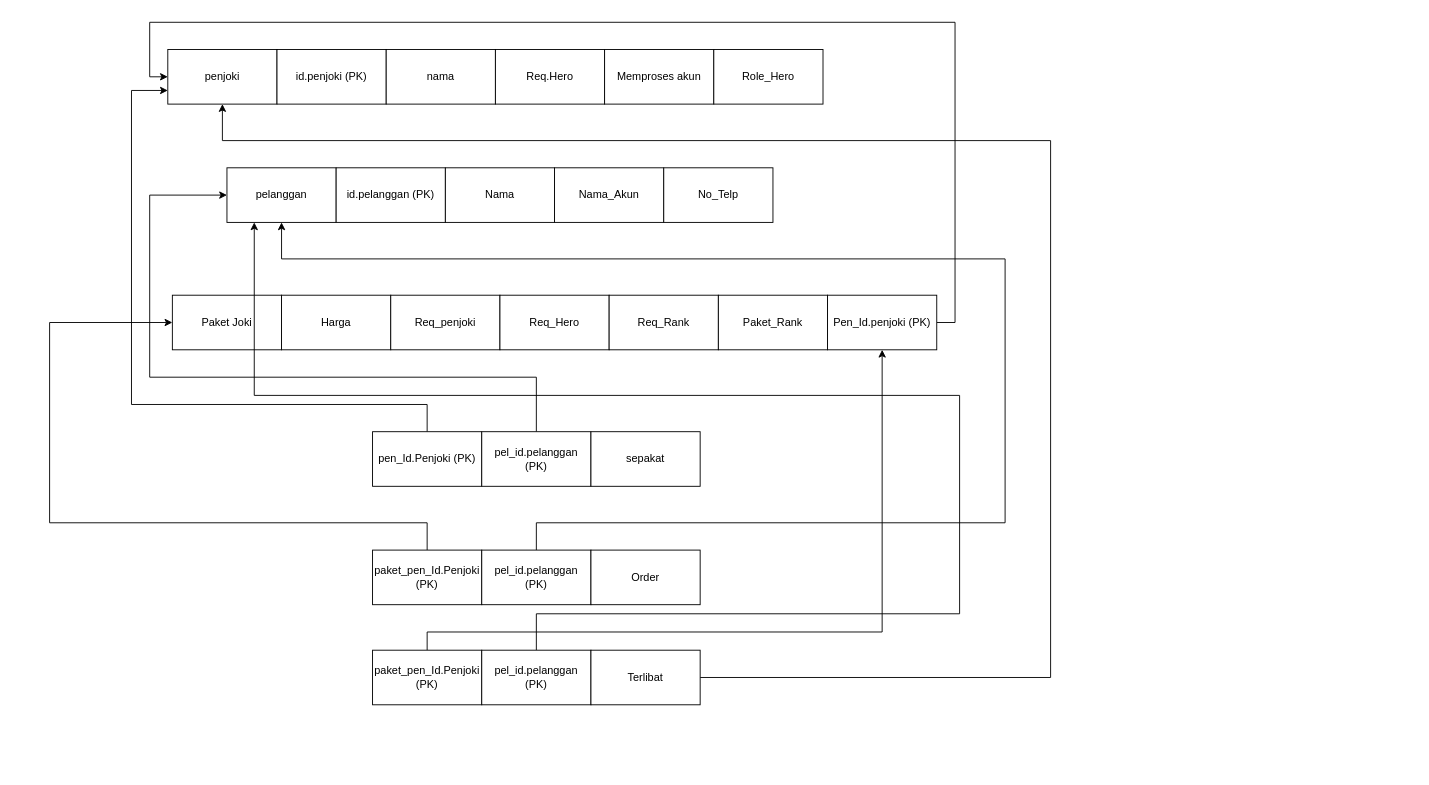
Earlier version of the draw.io diagram modul3.drawio (Lalundra/ALGO_A_23241009). Source tidied: cells renumbered, new cells numbered last; positions are measured from the earlier drawing's top-left corner, leaving out a move shared by most shapes. Both pictures are drawn from the tidied source at 91%, with x=0, y=0 at pixel (49, 22).
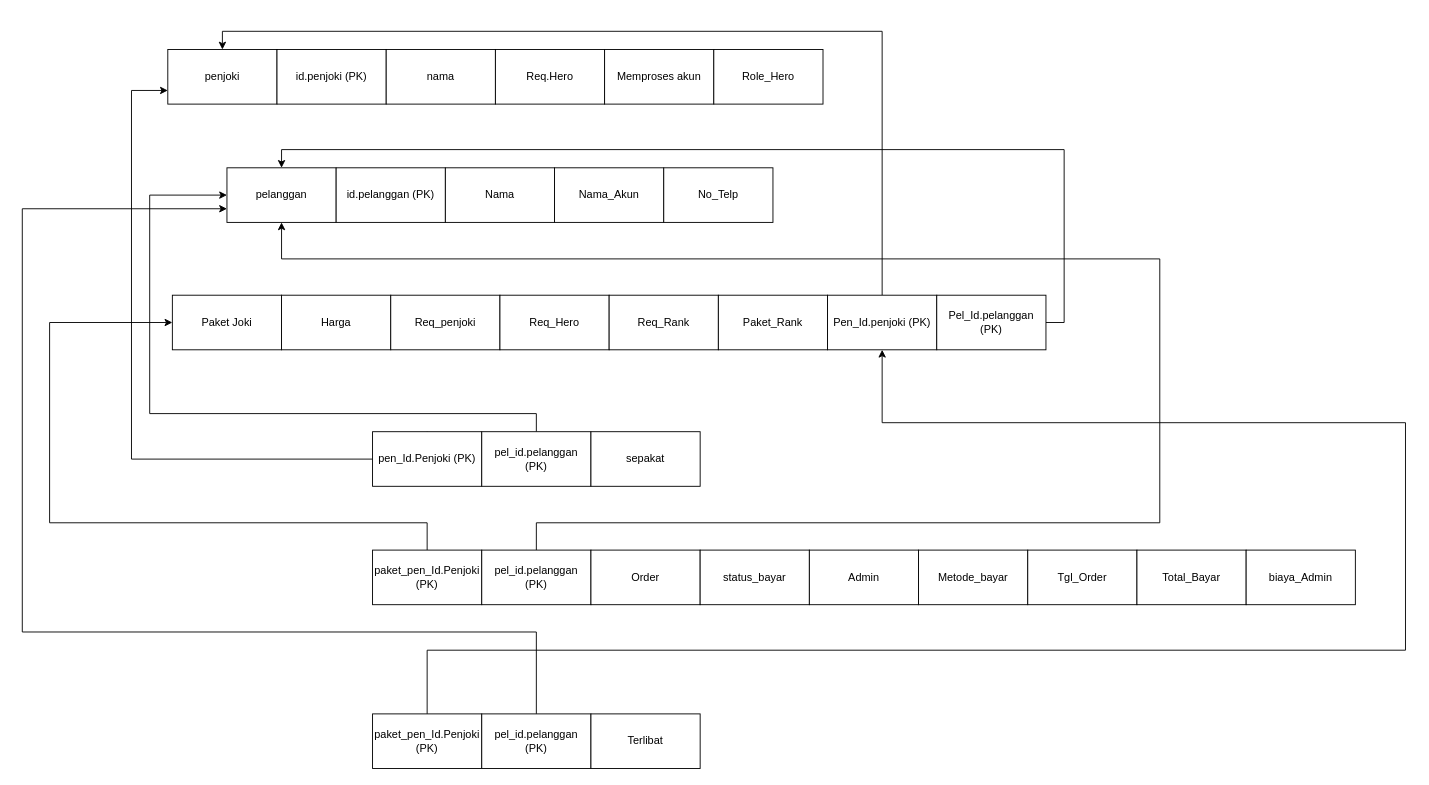
After the change.

Unchanged cells that the change refers to:
```xml
<mxCell id="2" value="penjoki" style="rounded=0;whiteSpace=wrap;html=1;" parent="1" vertex="1">
  <mxGeometry x="129.9" y="29.9" width="120" height="60" as="geometry" />
</mxCell>
<mxCell id="8" value="pelanggan" style="rounded=0;whiteSpace=wrap;html=1;" parent="1" vertex="1">
  <mxGeometry x="194.9" y="159.9" width="120" height="60" as="geometry" />
</mxCell>
<mxCell id="14" value="pen_Id.Penjoki (PK)" style="rounded=0;whiteSpace=wrap;html=1;" parent="1" vertex="1">
  <mxGeometry x="354.9" y="449.9" width="120" height="60" as="geometry" />
</mxCell>
<mxCell id="16" value="pel_id.pelanggan (PK)" style="rounded=0;whiteSpace=wrap;html=1;" parent="1" vertex="1">
  <mxGeometry x="474.9" y="449.9" width="120" height="60" as="geometry" />
</mxCell>
<mxCell id="25" value="Pen_Id.penjoki (PK)" style="rounded=0;whiteSpace=wrap;html=1;" parent="1" vertex="1">
  <mxGeometry x="854.9" y="299.9" width="120" height="60" as="geometry" />
</mxCell>
<mxCell id="29" value="pel_id.pelanggan (PK)" style="rounded=0;whiteSpace=wrap;html=1;" parent="1" vertex="1">
  <mxGeometry x="474.9" y="580" width="120" height="60" as="geometry" />
</mxCell>
```

Diff of the diagram source:
```diff
@@
     <mxCell id="13" style="edgeStyle=orthogonalEdgeStyle;rounded=0;jettySize=auto;html=1;exitX=0.5;exitY=0;exitDx=0;exitDy=0;entryX=0;entryY=0.75;entryDx=0;entryDy=0;" parent="1" edge="1" source="14" target="2">
       <mxGeometry relative="1" as="geometry">
         <Array as="points">
-          <mxPoint x="415" y="420" />
-          <mxPoint x="90" y="420" />
+          <mxPoint x="415" y="480" />
+          <mxPoint x="90" y="480" />
           <mxPoint x="90" y="75" />
         </Array>
       </mxGeometry>
     </mxCell>
@@
     <mxCell id="15" style="edgeStyle=orthogonalEdgeStyle;rounded=0;jettySize=auto;html=1;exitX=0.5;exitY=0;exitDx=0;exitDy=0;entryX=0;entryY=0.5;entryDx=0;entryDy=0;" parent="1" edge="1" source="16" target="8">
       <mxGeometry relative="1" as="geometry">
         <Array as="points">
-          <mxPoint x="535" y="390" />
-          <mxPoint x="110" y="390" />
+          <mxPoint x="535" y="430" />
+          <mxPoint x="110" y="430" />
           <mxPoint x="110" y="190" />
         </Array>
       </mxGeometry>
     </mxCell>
@@
-    <mxCell id="24" style="edgeStyle=orthogonalEdgeStyle;rounded=0;jettySize=auto;html=1;exitX=1;exitY=0.5;exitDx=0;exitDy=0;entryX=0;entryY=0.5;entryDx=0;entryDy=0;" parent="1" edge="1" source="25" target="2">
-      <mxGeometry relative="1" as="geometry">
-        <Array as="points">
-          <mxPoint x="995" y="330" />
-          <mxPoint x="995" />
-          <mxPoint x="110" />
-          <mxPoint x="110" y="60" />
-        </Array>
-      </mxGeometry>
+    <mxCell id="24" style="edgeStyle=orthogonalEdgeStyle;rounded=0;jettySize=auto;html=1;exitX=0.5;exitY=0;exitDx=0;exitDy=0;entryX=0.5;entryY=0;entryDx=0;entryDy=0;" parent="1" edge="1" source="25" target="2">
+      <mxGeometry relative="1" as="geometry" />
     </mxCell>
@@
     <mxCell id="28" style="edgeStyle=orthogonalEdgeStyle;rounded=0;jettySize=auto;html=1;exitX=0.5;exitY=0;exitDx=0;exitDy=0;entryX=0.5;entryY=1;entryDx=0;entryDy=0;" parent="1" edge="1" source="29" target="8">
       <mxGeometry relative="1" as="geometry">
         <Array as="points">
           <mxPoint x="535" y="550" />
-          <mxPoint x="1050" y="550" />
-          <mxPoint x="1050" y="260" />
+          <mxPoint x="1220" y="550" />
+          <mxPoint x="1220" y="260" />
           <mxPoint x="255" y="260" />
         </Array>
       </mxGeometry>
     </mxCell>
@@
     <mxCell id="31" style="edgeStyle=orthogonalEdgeStyle;rounded=0;jettySize=auto;html=1;exitX=0.5;exitY=0;exitDx=0;exitDy=0;entryX=0.5;entryY=1;entryDx=0;entryDy=0;" parent="1" edge="1" source="32" target="25">
       <mxGeometry relative="1" as="geometry">
         <Array as="points">
-          <mxPoint x="415" y="670" />
-          <mxPoint x="915" y="670" />
+          <mxPoint x="415" y="690" />
+          <mxPoint x="1490" y="690" />
+          <mxPoint x="1490" y="440" />
+          <mxPoint x="915" y="440" />
         </Array>
       </mxGeometry>
     </mxCell>
     <mxCell id="32" value="paket_pen_Id.Penjoki (PK)" style="rounded=0;whiteSpace=wrap;html=1;" parent="1" vertex="1">
-      <mxGeometry x="354.9" y="690" width="120" height="60" as="geometry" />
+      <mxGeometry x="354.9" y="760" width="120" height="60" as="geometry" />
     </mxCell>
-    <mxCell id="33" style="edgeStyle=orthogonalEdgeStyle;rounded=0;jettySize=auto;html=1;exitX=0.5;exitY=0;exitDx=0;exitDy=0;entryX=0.25;entryY=1;entryDx=0;entryDy=0;" parent="1" edge="1" source="34" target="8">
+    <mxCell id="33" style="edgeStyle=orthogonalEdgeStyle;rounded=0;jettySize=auto;html=1;exitX=0.5;exitY=0;exitDx=0;exitDy=0;entryX=0;entryY=0.75;entryDx=0;entryDy=0;" parent="1" edge="1" source="34" target="8">
       <mxGeometry relative="1" as="geometry">
         <Array as="points">
-          <mxPoint x="535" y="650" />
-          <mxPoint x="1000" y="650" />
-          <mxPoint x="1000" y="410" />
-          <mxPoint x="225" y="410" />
+          <mxPoint x="535" y="670" />
+          <mxPoint x="-30" y="670" />
+          <mxPoint x="-30" y="205" />
         </Array>
       </mxGeometry>
     </mxCell>
     <mxCell id="34" value="pel_id.pelanggan (PK)" style="rounded=0;whiteSpace=wrap;html=1;" parent="1" vertex="1">
-      <mxGeometry x="474.9" y="690" width="120" height="60" as="geometry" />
+      <mxGeometry x="474.9" y="760" width="120" height="60" as="geometry" />
     </mxCell>
-    <mxCell id="35" style="edgeStyle=orthogonalEdgeStyle;rounded=0;jettySize=auto;html=1;exitX=1;exitY=0.5;exitDx=0;exitDy=0;entryX=0.5;entryY=1;entryDx=0;entryDy=0;" parent="1" edge="1" source="36" target="2">
-      <mxGeometry relative="1" as="geometry">
-        <Array as="points">
-          <mxPoint x="1100" y="720" />
-          <mxPoint x="1100" y="130" />
-          <mxPoint x="190" y="130" />
-        </Array>
-      </mxGeometry>
-    </mxCell>
     <mxCell id="36" value="Terlibat" style="rounded=0;whiteSpace=wrap;html=1;" parent="1" vertex="1">
-      <mxGeometry x="594.9" y="690" width="120" height="60" as="geometry" />
+      <mxGeometry x="594.9" y="760" width="120" height="60" as="geometry" />
     </mxCell>
+    <mxCell id="37" style="edgeStyle=orthogonalEdgeStyle;rounded=0;jettySize=auto;html=1;exitX=1;exitY=0.5;exitDx=0;exitDy=0;entryX=0.5;entryY=0;entryDx=0;entryDy=0;" parent="1" edge="1" source="38" target="8">
+      <mxGeometry relative="1" as="geometry" />
+    </mxCell>
+    <mxCell id="38" value="Pel_Id.pelanggan (PK)" style="rounded=0;whiteSpace=wrap;html=1;" parent="1" vertex="1">
+      <mxGeometry x="974.9" y="299.9" width="120" height="60" as="geometry" />
+    </mxCell>
+    <mxCell id="39" value="status_bayar" style="rounded=0;whiteSpace=wrap;html=1;" parent="1" vertex="1">
+      <mxGeometry x="714.9" y="580" width="120" height="60" as="geometry" />
+    </mxCell>
+    <mxCell id="40" value="Admin" style="rounded=0;whiteSpace=wrap;html=1;" parent="1" vertex="1">
+      <mxGeometry x="834.9" y="580" width="120" height="60" as="geometry" />
+    </mxCell>
+    <mxCell id="41" value="Metode_bayar" style="rounded=0;whiteSpace=wrap;html=1;" parent="1" vertex="1">
+      <mxGeometry x="954.9" y="580" width="120" height="60" as="geometry" />
+    </mxCell>
+    <mxCell id="42" value="Tgl_Order" style="rounded=0;whiteSpace=wrap;html=1;" parent="1" vertex="1">
+      <mxGeometry x="1074.9" y="580" width="120" height="60" as="geometry" />
+    </mxCell>
+    <mxCell id="43" value="Total_Bayar" style="rounded=0;whiteSpace=wrap;html=1;" parent="1" vertex="1">
+      <mxGeometry x="1194.9" y="580" width="120" height="60" as="geometry" />
+    </mxCell>
+    <mxCell id="44" value="biaya_Admin" style="rounded=0;whiteSpace=wrap;html=1;" parent="1" vertex="1">
+      <mxGeometry x="1314.9" y="580" width="120" height="60" as="geometry" />
+    </mxCell>
```
